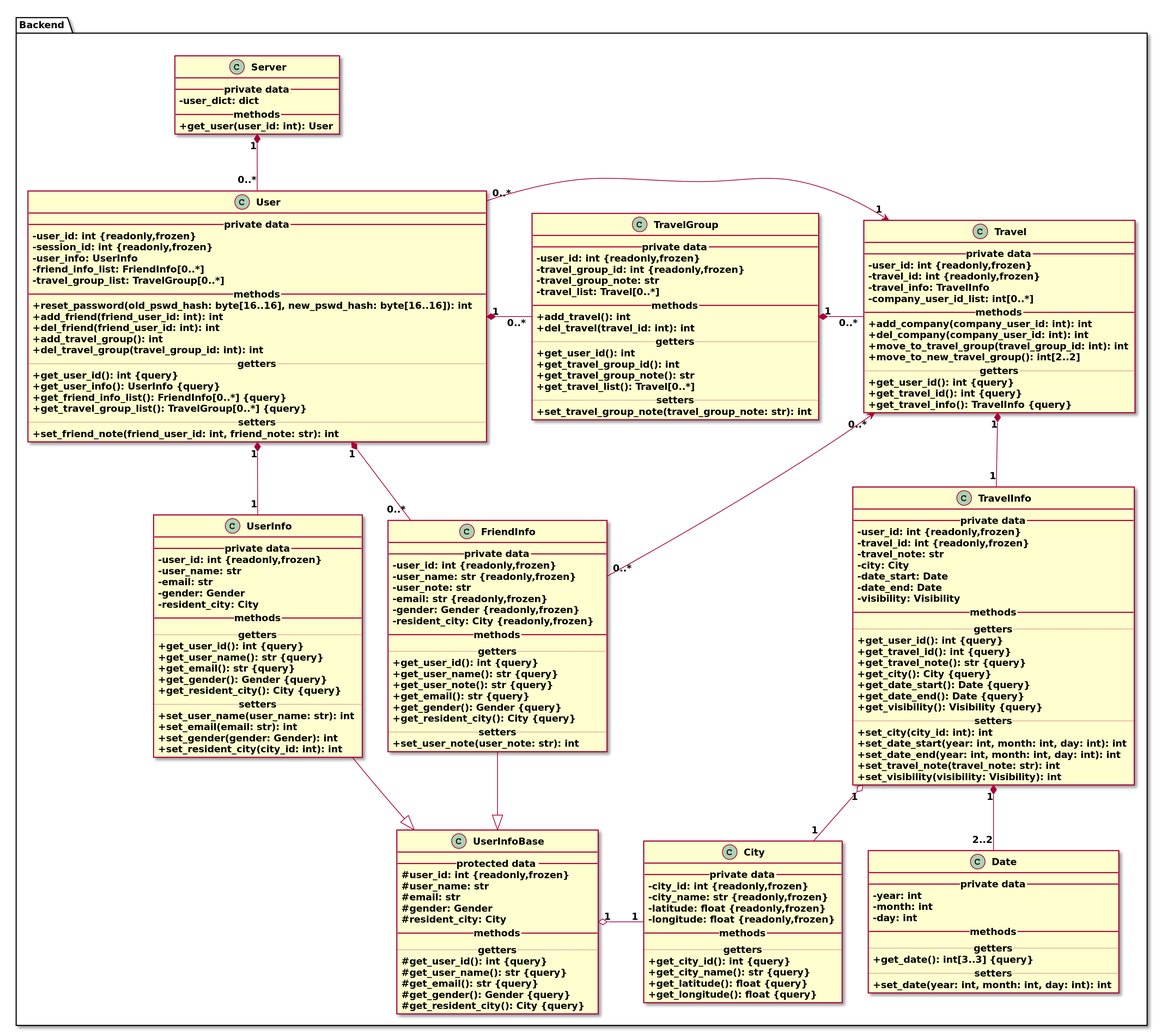
Before: doc/第二阶段课堂展示/ClassDiagram.backend.png, a diagram exported from PlantUML (skyetim/travel_planning_website). Its source is kept beside it as doc/第二阶段课堂展示/ClassDiagram.backend.puml.
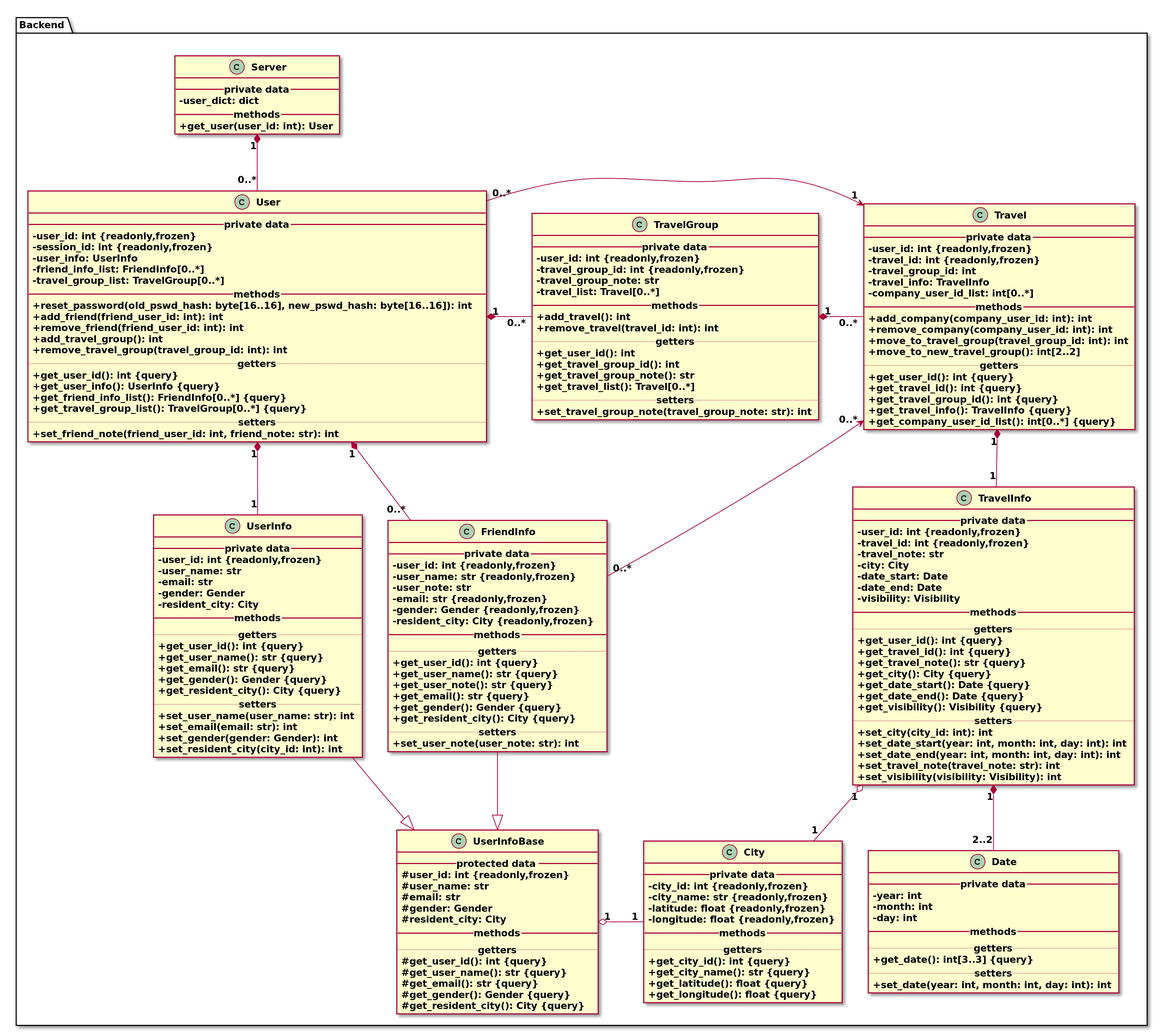
After the change.

Commit message:
doc: add doc of class diagram of backend

Diff of the diagram source:
```diff
@@ -26,9 +26,9 @@
         __ methods __
         + reset_password(old_pswd_hash: byte[16..16], new_pswd_hash: byte[16..16]): int
         + add_friend(friend_user_id: int): int
-        + del_friend(friend_user_id: int): int
+        + remove_friend(friend_user_id: int): int
         + add_travel_group(): int
-        + del_travel_group(travel_group_id: int): int
+        + remove_travel_group(travel_group_id: int): int
         .. getters ..
         + get_user_id(): int                         {query}
         + get_user_info(): UserInfo                  {query}
@@ -103,7 +103,7 @@
         - travel_list: Travel[0..*]
         __ methods __
         + add_travel(): int
-        + del_travel(travel_id: int): int
+        + remove_travel(travel_id: int): int
         .. getters ..
         + get_user_id(): int
         + get_travel_group_id(): int
@@ -117,17 +117,20 @@
         __ private data __
         - user_id: int   {readonly,frozen}
         - travel_id: int {readonly,frozen}
+        - travel_group_id: int
         - travel_info: TravelInfo
         - company_user_id_list: int[0..*]
         __ methods __
         + add_company(company_user_id: int): int
-        + del_company(company_user_id: int): int
+        + remove_company(company_user_id: int): int
         + move_to_travel_group(travel_group_id: int): int
         + move_to_new_travel_group(): int[2..2]
         .. getters ..
-        + get_user_id(): int            {query}
-        + get_travel_id(): int          {query}
-        + get_travel_info(): TravelInfo {query}
+        + get_user_id(): int                    {query}
+        + get_travel_id(): int                  {query}
+        + get_travel_group_id(): int            {query}
+        + get_travel_info(): TravelInfo         {query}
+        + get_company_user_id_list(): int[0..*] {query}
     }
 
     class TravelInfo {
```
